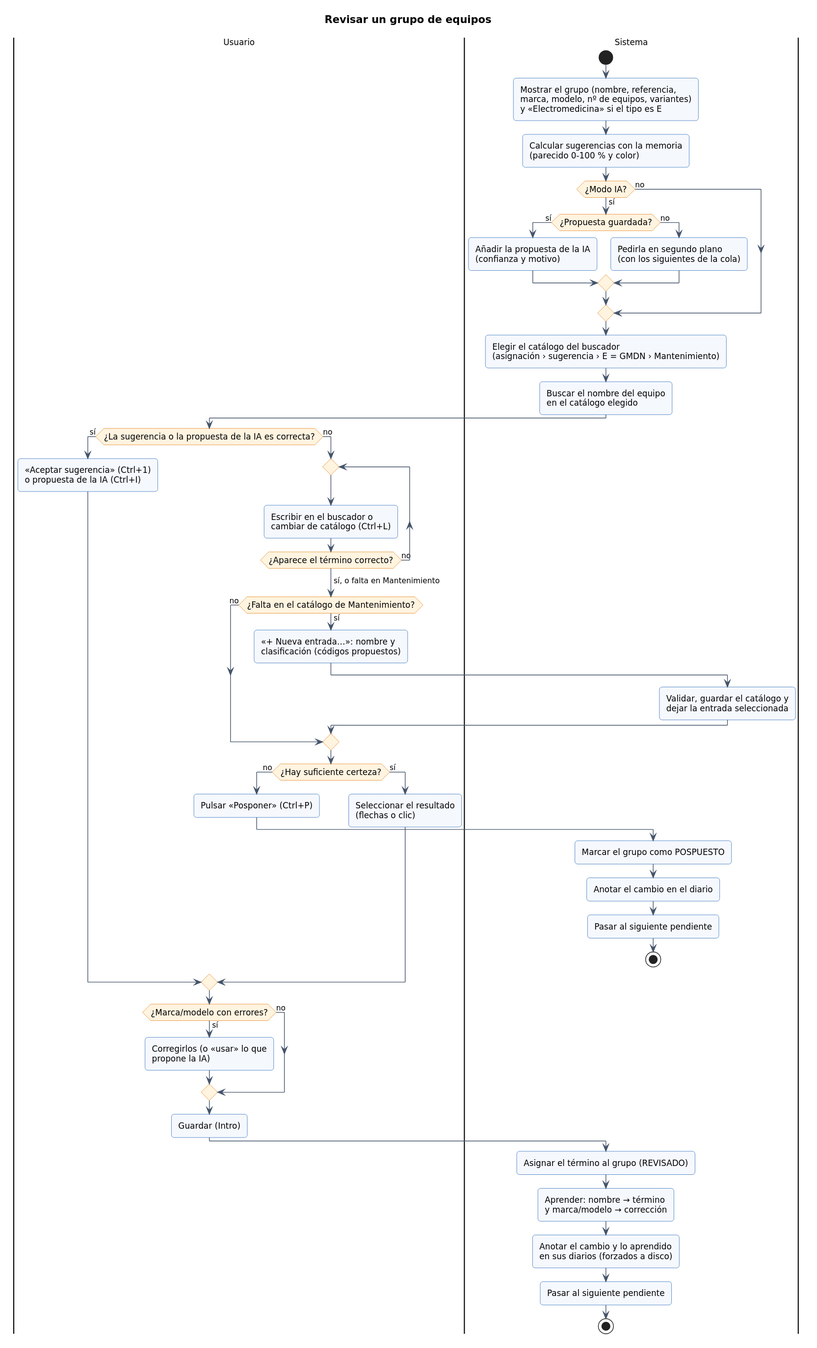
Above: documentacion/diagramas-uml/d09_actividad_revision.svg in JuanAnanin/catalogador-inventario (PlantUML), before the change.
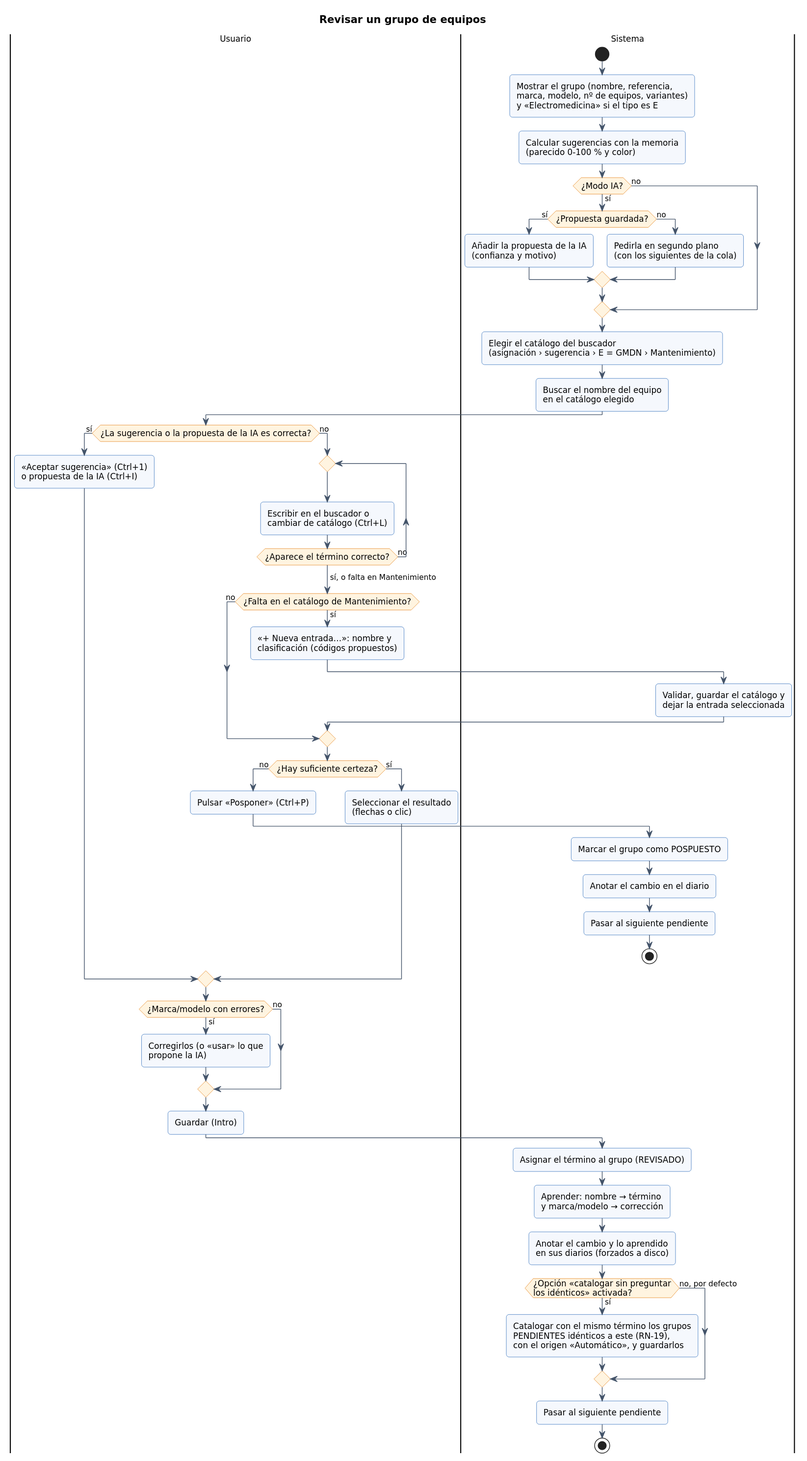
The same file after the commit.

Change to the diagram source:
```diff
@@ -67,6 +67,13 @@
 y marca/modelo → corrección;
 :Anotar el cambio y lo aprendido
 en sus diarios (forzados a disco);
+if (¿Opción «catalogar sin preguntar
+los idénticos» activada?) then (sí)
+  :Catalogar con el mismo término los grupos
+  PENDIENTES idénticos a este (RN-19),
+  con el origen «Automático», y guardarlos;
+else (no, por defecto)
+endif
 :Pasar al siguiente pendiente;
 stop
 @enduml
```
